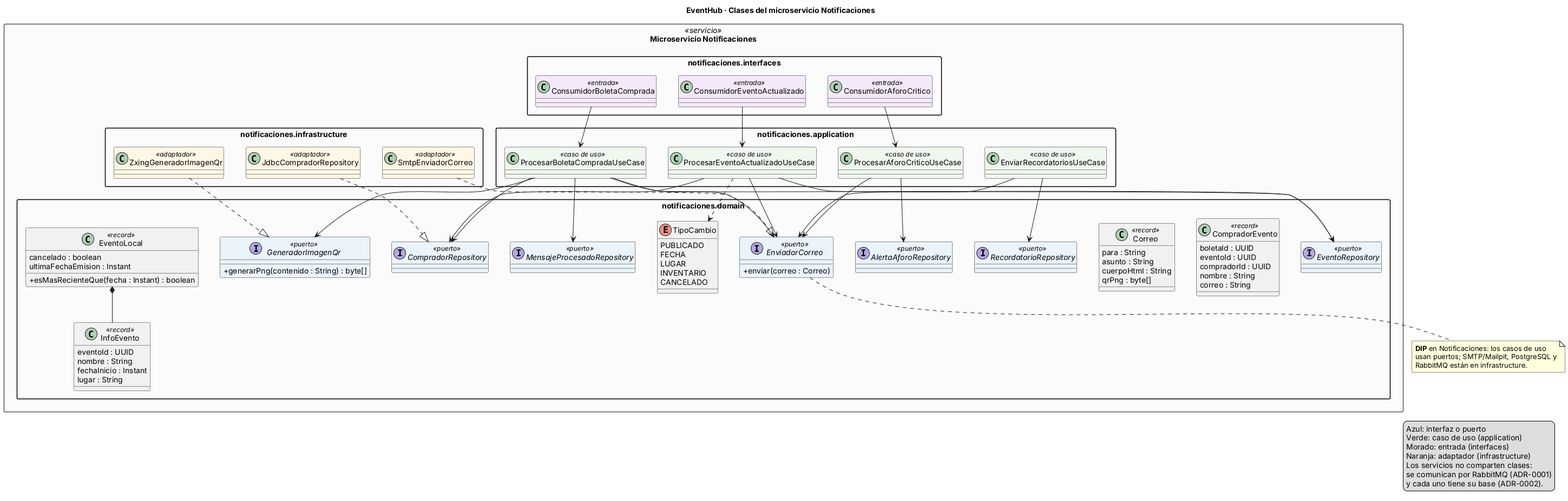
Above: docs/diagramas/clases-notificaciones.png in vargasesc17/EventHub (PlantUML), before the change. Source of this version:
```plantuml
@startuml clases-notificaciones
title EventHub · Clases del microservicio Notificaciones

skinparam shadowing false
skinparam classAttributeIconSize 0
skinparam packageStyle rectangle
skinparam nodesep 40
skinparam ranksep 50
skinparam defaultFontName Arial
skinparam package {
  BackgroundColor<<servicio>> #FAFAFA
  BorderColor<<servicio>> #555555
}
skinparam class {
  BackgroundColor<<interfaz>> #EAF2FB
  BackgroundColor<<puerto>> #EAF2FB
  BackgroundColor<<caso de uso>> #EEF7EE
  BackgroundColor<<adaptador>> #FFF6E5
  BackgroundColor<<entrada>> #F3E8FA
}

package "Microservicio Notificaciones" <<servicio>> {
  package "notificaciones.domain" as no_dom {
    class InfoEvento <<record>> {
      eventoId : UUID
      nombre : String
      fechaInicio : Instant
      lugar : String
    }
    class EventoLocal <<record>> {
      cancelado : boolean
      ultimaFechaEmision : Instant
      + esMasRecienteQue(fecha : Instant) : boolean
    }
    class CompradorEvento <<record>> {
      boletaId : UUID
      eventoId : UUID
      compradorId : UUID
      nombre : String
      correo : String
    }
    class Correo <<record>> {
      para : String
      asunto : String
      cuerpoHtml : String
      qrPng : byte[]
    }
    enum TipoCambio {
      PUBLICADO
      FECHA
      LUGAR
      INVENTARIO
      CANCELADO
    }
    interface MensajeProcesadoRepository <<puerto>>
    interface "EventoRepository" as EventoRepoNotif <<puerto>>
    interface CompradorRepository <<puerto>>
    interface RecordatorioRepository <<puerto>>
    interface AlertaAforoRepository <<puerto>>
    interface EnviadorCorreo <<puerto>> {
      + enviar(correo : Correo)
    }
    interface GeneradorImagenQr <<puerto>> {
      + generarPng(contenido : String) : byte[]
    }
  }
  package "notificaciones.application" as no_app {
    class ProcesarBoletaCompradaUseCase <<caso de uso>>
    class ProcesarEventoActualizadoUseCase <<caso de uso>>
    class ProcesarAforoCriticoUseCase <<caso de uso>>
    class EnviarRecordatoriosUseCase <<caso de uso>>
  }
  package "notificaciones.interfaces" as no_int {
    class ConsumidorBoletaComprada <<entrada>>
    class ConsumidorEventoActualizado <<entrada>>
    class ConsumidorAforoCritico <<entrada>>
  }
  package "notificaciones.infrastructure" as no_inf {
    class SmtpEnviadorCorreo <<adaptador>>
    class ZxingGeneradorImagenQr <<adaptador>>
    class JdbcCompradorRepository <<adaptador>>
  }
}

EventoLocal *-- InfoEvento
ProcesarBoletaCompradaUseCase --> MensajeProcesadoRepository
ProcesarBoletaCompradaUseCase --> CompradorRepository
ProcesarBoletaCompradaUseCase --> EventoRepoNotif
ProcesarBoletaCompradaUseCase --> GeneradorImagenQr
ProcesarBoletaCompradaUseCase --> EnviadorCorreo
ProcesarEventoActualizadoUseCase --> CompradorRepository
ProcesarEventoActualizadoUseCase --> EventoRepoNotif
ProcesarEventoActualizadoUseCase --> EnviadorCorreo
ProcesarEventoActualizadoUseCase ..> TipoCambio
ProcesarAforoCriticoUseCase --> AlertaAforoRepository
ProcesarAforoCriticoUseCase --> EnviadorCorreo
EnviarRecordatoriosUseCase --> RecordatorioRepository
EnviarRecordatoriosUseCase --> EnviadorCorreo
ConsumidorBoletaComprada --> ProcesarBoletaCompradaUseCase
ConsumidorEventoActualizado --> ProcesarEventoActualizadoUseCase
ConsumidorAforoCritico --> ProcesarAforoCriticoUseCase
SmtpEnviadorCorreo ..|> EnviadorCorreo
ZxingGeneradorImagenQr ..|> GeneradorImagenQr
JdbcCompradorRepository ..|> CompradorRepository


note bottom of EnviadorCorreo
  **DIP** en Notificaciones: los casos de uso
  usan puertos; SMTP/Mailpit, PostgreSQL y
  RabbitMQ están en infrastructure.
end note
legend right
  Azul: interfaz o puerto
  Verde: caso de uso (application)
  Morado: entrada (interfaces)
  Naranja: adaptador (infrastructure)
  Los servicios no comparten clases:
  se comunican por RabbitMQ (ADR-0001)
  y cada uno tiene su base (ADR-0002).
endlegend
@enduml
```
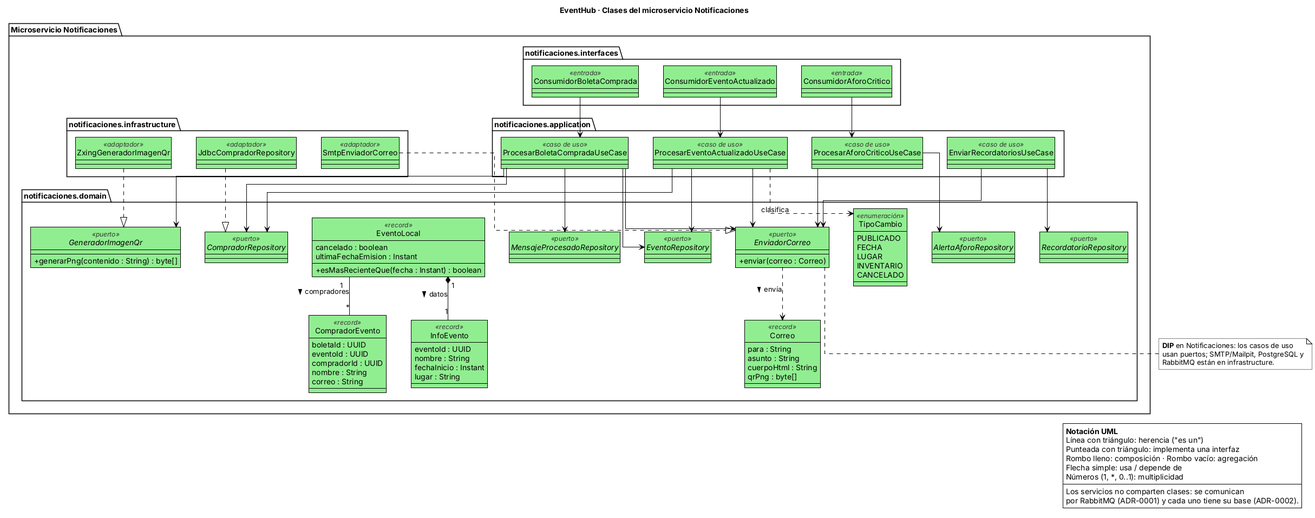
The same diagram one commit later.

The edit, as a diff of the source:
```diff
@@ -2,24 +2,36 @@
 title EventHub · Clases del microservicio Notificaciones
 
 skinparam shadowing false
+skinparam linetype ortho
 skinparam classAttributeIconSize 0
-skinparam packageStyle rectangle
-skinparam nodesep 40
-skinparam ranksep 50
+skinparam roundCorner 0
+skinparam nodesep 45
+skinparam ranksep 55
 skinparam defaultFontName Arial
+skinparam ArrowColor #000000
+hide circle
+skinparam class {
+  BackgroundColor #90EE90
+  BorderColor #000000
+  BorderThickness 1
+  HeaderFontStyle bold
+  StereotypeFontColor #333333
+}
 skinparam package {
-  BackgroundColor<<servicio>> #FAFAFA
-  BorderColor<<servicio>> #555555
+  BackgroundColor #FFFFFF
+  BorderColor #000000
+  FontStyle bold
 }
-skinparam class {
-  BackgroundColor<<interfaz>> #EAF2FB
-  BackgroundColor<<puerto>> #EAF2FB
-  BackgroundColor<<caso de uso>> #EEF7EE
-  BackgroundColor<<adaptador>> #FFF6E5
-  BackgroundColor<<entrada>> #F3E8FA
+skinparam note {
+  BackgroundColor #FFFFFF
+  BorderColor #000000
+}
+skinparam legend {
+  BackgroundColor #FFFFFF
+  BorderColor #000000
 }
 
-package "Microservicio Notificaciones" <<servicio>> {
+package "Microservicio Notificaciones" {
   package "notificaciones.domain" as no_dom {
     class InfoEvento <<record>> {
       eventoId : UUID
@@ -45,7 +57,7 @@
       cuerpoHtml : String
       qrPng : byte[]
     }
-    enum TipoCambio {
+    enum TipoCambio <<enumeración>> {
       PUBLICADO
       FECHA
       LUGAR
@@ -82,7 +94,9 @@
   }
 }
 
-EventoLocal *-- InfoEvento
+EventoLocal "1" *-- "1" InfoEvento : datos >
+EventoLocal "1" -- "*" CompradorEvento : compradores >
+EnviadorCorreo ..> Correo : envía >
 ProcesarBoletaCompradaUseCase --> MensajeProcesadoRepository
 ProcesarBoletaCompradaUseCase --> CompradorRepository
 ProcesarBoletaCompradaUseCase --> EventoRepoNotif
@@ -91,7 +105,7 @@
 ProcesarEventoActualizadoUseCase --> CompradorRepository
 ProcesarEventoActualizadoUseCase --> EventoRepoNotif
 ProcesarEventoActualizadoUseCase --> EnviadorCorreo
-ProcesarEventoActualizadoUseCase ..> TipoCambio
+ProcesarEventoActualizadoUseCase ..> TipoCambio : clasifica
 ProcesarAforoCriticoUseCase --> AlertaAforoRepository
 ProcesarAforoCriticoUseCase --> EnviadorCorreo
 EnviarRecordatoriosUseCase --> RecordatorioRepository
@@ -110,12 +124,14 @@
   RabbitMQ están en infrastructure.
 end note
 legend right
-  Azul: interfaz o puerto
-  Verde: caso de uso (application)
-  Morado: entrada (interfaces)
-  Naranja: adaptador (infrastructure)
-  Los servicios no comparten clases:
-  se comunican por RabbitMQ (ADR-0001)
-  y cada uno tiene su base (ADR-0002).
+  **Notación UML**
+  Línea con triángulo: herencia ("es un")
+  Punteada con triángulo: implementa una interfaz
+  Rombo lleno: composición · Rombo vacío: agregación
+  Flecha simple: usa / depende de
+  Números (1, *, 0..1): multiplicidad
+  ----
+  Los servicios no comparten clases: se comunican
+  por RabbitMQ (ADR-0001) y cada uno tiene su base (ADR-0002).
 endlegend
 @enduml
```
